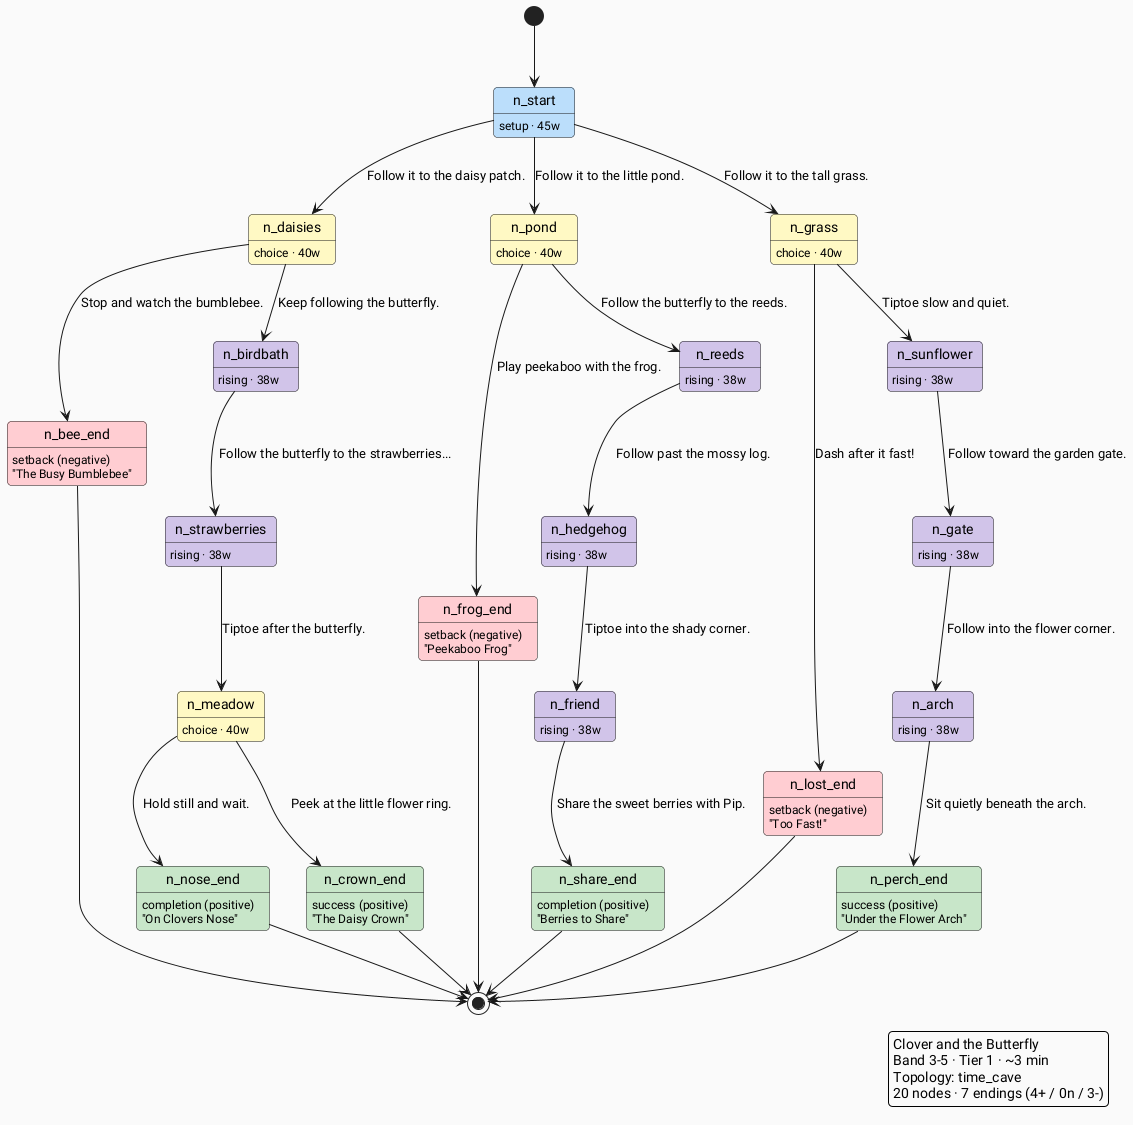
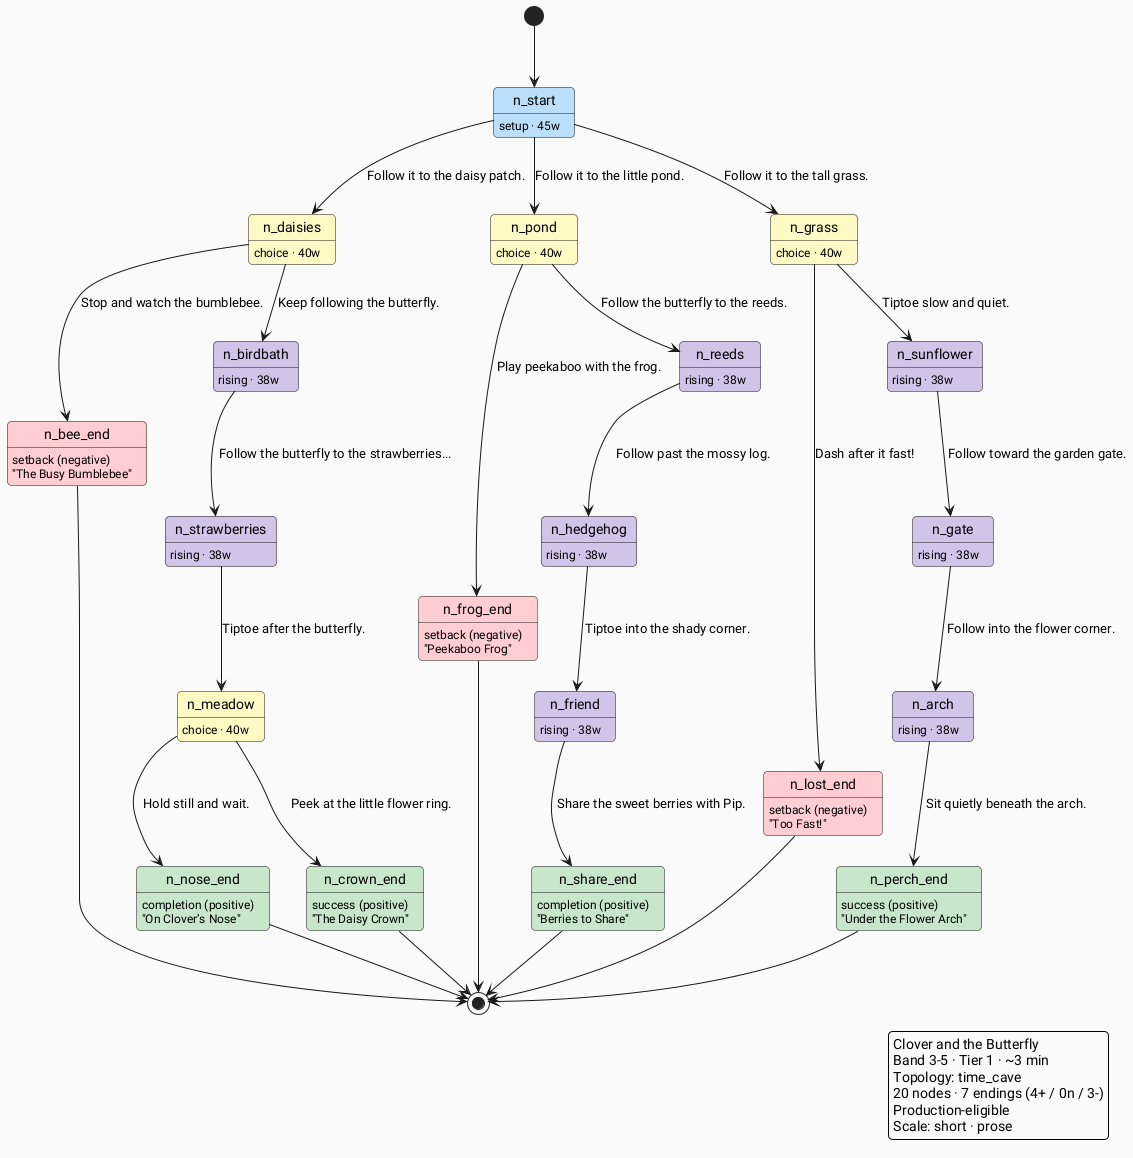
@startuml the-clover-and-the-butterfly
' Generated from skeleton JSON by scripts/render_skeleton_diagrams.py.
' Do not edit by hand; re-run the generator.
skinparam defaultFontName "Roboto"
skinparam backgroundColor #FAFAFA
skinparam roundCorner 8
hide empty description

[*] --> n_start
state n_start #BBDEFB
n_start : setup · 45w
state n_daisies #FFF9C4
n_daisies : choice · 40w
state n_bee_end #FFCDD2
n_bee_end : setback (negative)
n_bee_end : "The Busy Bumblebee"
state n_birdbath #D1C4E9
n_birdbath : rising · 38w
state n_strawberries #D1C4E9
n_strawberries : rising · 38w
state n_meadow #FFF9C4
n_meadow : choice · 40w
state n_nose_end #C8E6C9
n_nose_end : completion (positive)
- n_nose_end : "On Clovers Nose"
+ n_nose_end : "On Clover’s Nose"
state n_crown_end #C8E6C9
n_crown_end : success (positive)
n_crown_end : "The Daisy Crown"
state n_pond #FFF9C4
n_pond : choice · 40w
state n_frog_end #FFCDD2
n_frog_end : setback (negative)
n_frog_end : "Peekaboo Frog"
state n_reeds #D1C4E9
n_reeds : rising · 38w
state n_hedgehog #D1C4E9
n_hedgehog : rising · 38w
state n_friend #D1C4E9
n_friend : rising · 38w
state n_share_end #C8E6C9
n_share_end : completion (positive)
n_share_end : "Berries to Share"
state n_grass #FFF9C4
n_grass : choice · 40w
state n_lost_end #FFCDD2
n_lost_end : setback (negative)
n_lost_end : "Too Fast!"
state n_sunflower #D1C4E9
n_sunflower : rising · 38w
state n_gate #D1C4E9
n_gate : rising · 38w
state n_arch #D1C4E9
n_arch : rising · 38w
state n_perch_end #C8E6C9
n_perch_end : success (positive)
n_perch_end : "Under the Flower Arch"
n_start --> n_daisies : Follow it to the daisy patch.
n_start --> n_pond : Follow it to the little pond.
n_start --> n_grass : Follow it to the tall grass.
n_daisies --> n_bee_end : Stop and watch the bumblebee.
n_daisies --> n_birdbath : Keep following the butterfly.
n_birdbath --> n_strawberries : Follow the butterfly to the strawberries...
n_strawberries --> n_meadow : Tiptoe after the butterfly.
n_meadow --> n_nose_end : Hold still and wait.
n_meadow --> n_crown_end : Peek at the little flower ring.
n_pond --> n_frog_end : Play peekaboo with the frog.
n_pond --> n_reeds : Follow the butterfly to the reeds.
n_reeds --> n_hedgehog : Follow past the mossy log.
n_hedgehog --> n_friend : Tiptoe into the shady corner.
n_friend --> n_share_end : Share the sweet berries with Pip.
n_grass --> n_lost_end : Dash after it fast!
n_grass --> n_sunflower : Tiptoe slow and quiet.
n_sunflower --> n_gate : Follow toward the garden gate.
n_gate --> n_arch : Follow into the flower corner.
n_arch --> n_perch_end : Sit quietly beneath the arch.
n_bee_end --> [*]
n_nose_end --> [*]
n_crown_end --> [*]
n_frog_end --> [*]
n_share_end --> [*]
n_lost_end --> [*]
n_perch_end --> [*]

legend right
  Clover and the Butterfly
  Band 3-5 · Tier 1 · ~3 min
  Topology: time_cave
  20 nodes · 7 endings (4+ / 0n / 3-)
+   Production-eligible
+   Scale: short · prose
endlegend
@enduml
